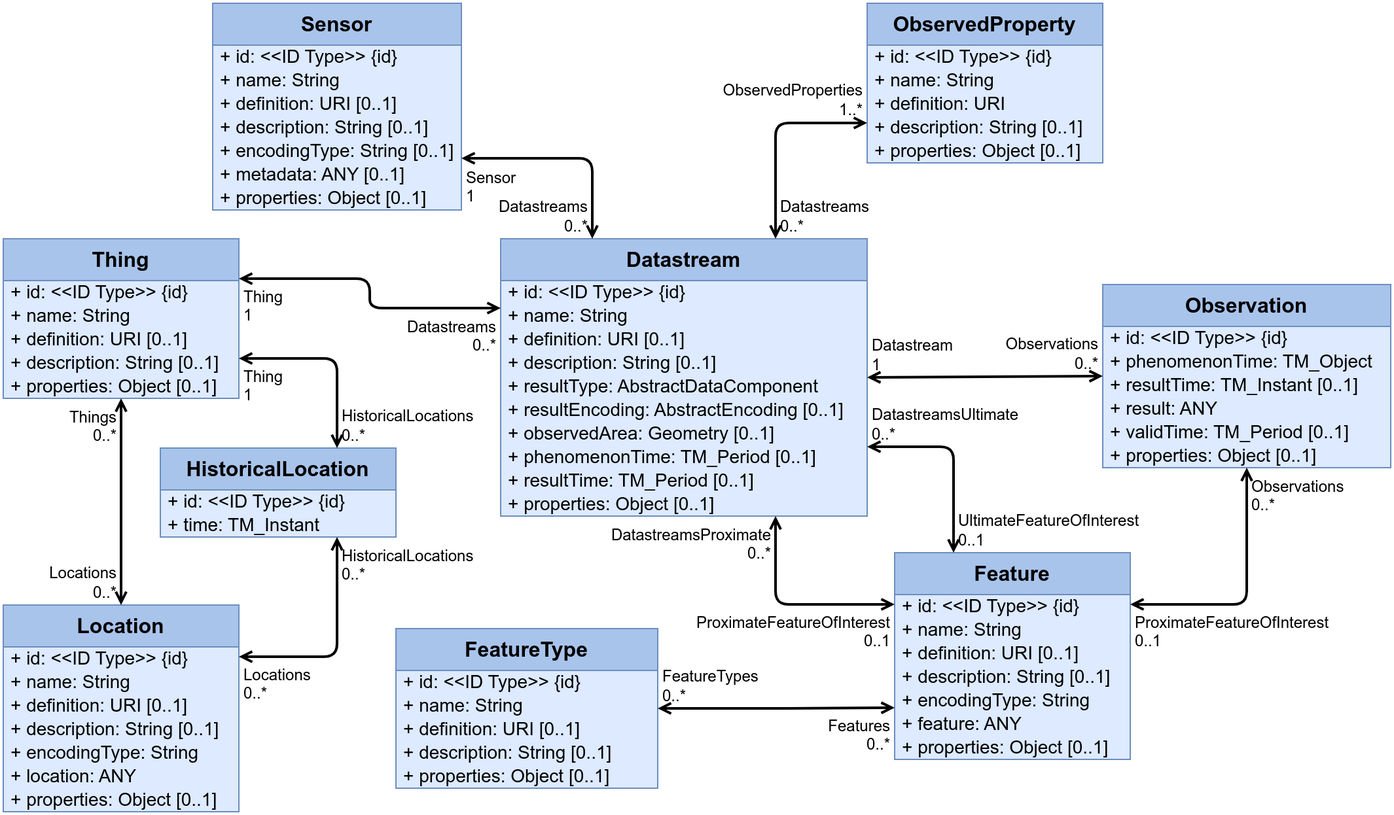
opengeospatial/sensorthings keeps this draw.io diagram as figures/Datamodel-SensorThingsApi-V2-Core.drawio.png. Above is the earlier version. Source tidied: cells renumbered, new cells last; positions are measured from the earlier drawing's top-left corner, leaving out a move shared by most shapes.
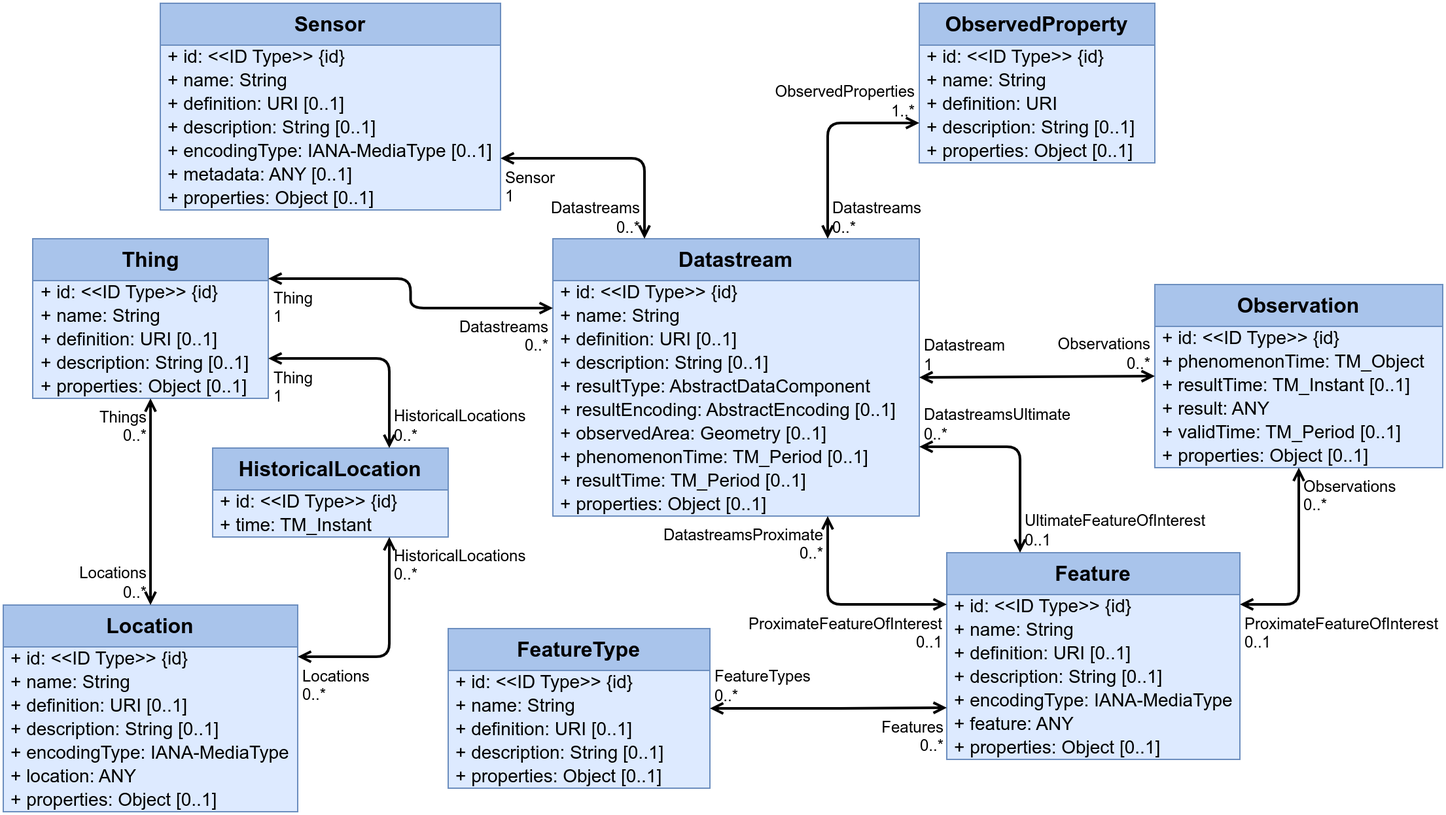
After the commit.

Commit message:
Updated encodingTypes in diagrams

Diff of the diagram source:
```diff
@@ -36,28 +36,28 @@
       <mxGeometry y="194" width="280" height="18" as="geometry" />
     </mxCell>
     <mxCell id="13" value="Feature" style="swimlane;fontStyle=1;horizontal=1;startSize=32;fontSize=16;whiteSpace=wrap;html=1;fillColor=#A9C4EB;strokeColor=#6c8ebf;swimlaneFillColor=#DDEAFF;verticalAlign=top;" parent="1" vertex="1">
-      <mxGeometry x="681" y="420" width="180" height="158" as="geometry" />
+      <mxGeometry x="681" y="420" width="224" height="158" as="geometry" />
     </mxCell>
     <mxCell id="14" value="+&amp;nbsp;id: &amp;lt;&amp;lt;ID Type&amp;gt;&amp;gt;&amp;nbsp;{id}" style="text;strokeColor=none;fillColor=none;align=left;verticalAlign=middle;spacingLeft=4;spacingRight=4;overflow=visible;html=1;fontSize=14;" parent="13" vertex="1">
-      <mxGeometry y="32" width="180" height="18" as="geometry" />
+      <mxGeometry y="32" width="224" height="18" as="geometry" />
     </mxCell>
     <mxCell id="15" value="+ name: String" style="text;strokeColor=none;fillColor=none;align=left;verticalAlign=middle;spacingLeft=4;spacingRight=4;overflow=visible;html=1;fontSize=14;" parent="13" vertex="1">
-      <mxGeometry y="50" width="180" height="18" as="geometry" />
+      <mxGeometry y="50" width="224" height="18" as="geometry" />
     </mxCell>
     <mxCell id="16" value="+&amp;nbsp;definition: URI&amp;nbsp;[0..1]" style="text;strokeColor=none;fillColor=none;align=left;verticalAlign=middle;spacingLeft=4;spacingRight=4;overflow=visible;html=1;fontSize=14;" parent="13" vertex="1">
-      <mxGeometry y="68" width="180" height="18" as="geometry" />
+      <mxGeometry y="68" width="224" height="18" as="geometry" />
     </mxCell>
     <mxCell id="17" value="+&amp;nbsp;description: String&amp;nbsp;[0..1]" style="text;strokeColor=none;fillColor=none;align=left;verticalAlign=middle;spacingLeft=4;spacingRight=4;overflow=visible;html=1;fontSize=14;" parent="13" vertex="1">
-      <mxGeometry y="86" width="180" height="18" as="geometry" />
+      <mxGeometry y="86" width="224" height="18" as="geometry" />
     </mxCell>
-    <mxCell id="18" value="+&amp;nbsp;encodingType: String" style="text;strokeColor=none;fillColor=none;align=left;verticalAlign=middle;spacingLeft=4;spacingRight=4;overflow=visible;html=1;fontSize=14;" parent="13" vertex="1">
-      <mxGeometry y="104" width="180" height="18" as="geometry" />
+    <mxCell id="18" value="+&amp;nbsp;encodingType:&amp;nbsp;IANA-MediaType" style="text;strokeColor=none;fillColor=none;align=left;verticalAlign=middle;spacingLeft=4;spacingRight=4;overflow=visible;html=1;fontSize=14;" parent="13" vertex="1">
+      <mxGeometry y="104" width="224" height="18" as="geometry" />
     </mxCell>
     <mxCell id="19" value="+&amp;nbsp;feature: ANY" style="text;strokeColor=none;fillColor=none;align=left;verticalAlign=middle;spacingLeft=4;spacingRight=4;overflow=visible;html=1;fontSize=14;" parent="13" vertex="1">
-      <mxGeometry y="122" width="180" height="18" as="geometry" />
+      <mxGeometry y="122" width="224" height="18" as="geometry" />
     </mxCell>
     <mxCell id="20" value="+&amp;nbsp;properties: Object&amp;nbsp;[0..1]" style="text;strokeColor=none;fillColor=none;align=left;verticalAlign=middle;spacingLeft=4;spacingRight=4;overflow=visible;html=1;fontSize=14;" parent="13" vertex="1">
-      <mxGeometry y="140" width="180" height="18" as="geometry" />
+      <mxGeometry y="140" width="224" height="18" as="geometry" />
     </mxCell>
     <mxCell id="21" style="endArrow=open;startArrow=open;html=1;rounded=1;exitX=0;exitY=0.25;exitDx=0;exitDy=0;edgeStyle=orthogonalEdgeStyle;entryX=0.75;entryY=1;entryDx=0;entryDy=0;curved=0;strokeWidth=2;startFill=0;endFill=0;" parent="1" edge="1" source="13" target="2">
       <mxGeometry relative="1" as="geometry" />
@@ -105,28 +105,28 @@
       <mxGeometry y="50" width="180" height="18" as="geometry" />
     </mxCell>
     <mxCell id="36" value="Location" style="swimlane;fontStyle=1;horizontal=1;startSize=32;fontSize=16;whiteSpace=wrap;html=1;fillColor=#A9C4EB;strokeColor=#6c8ebf;swimlaneFillColor=#DDEAFF;verticalAlign=top;" parent="1" vertex="1">
-      <mxGeometry y="460" width="180" height="158" as="geometry" />
+      <mxGeometry x="-40" y="460" width="225" height="158" as="geometry" />
     </mxCell>
     <mxCell id="37" value="+&amp;nbsp;id: &amp;lt;&amp;lt;ID Type&amp;gt;&amp;gt;&amp;nbsp;{id}" style="text;strokeColor=none;fillColor=none;align=left;verticalAlign=middle;spacingLeft=4;spacingRight=4;overflow=visible;html=1;fontSize=14;" parent="36" vertex="1">
-      <mxGeometry y="32" width="180" height="18" as="geometry" />
+      <mxGeometry y="32" width="225" height="18" as="geometry" />
     </mxCell>
     <mxCell id="38" value="+ name: String" style="text;strokeColor=none;fillColor=none;align=left;verticalAlign=middle;spacingLeft=4;spacingRight=4;overflow=visible;html=1;fontSize=14;" parent="36" vertex="1">
-      <mxGeometry y="50" width="180" height="18" as="geometry" />
+      <mxGeometry y="50" width="225" height="18" as="geometry" />
     </mxCell>
     <mxCell id="39" value="+&amp;nbsp;definition: URI&amp;nbsp;[0..1]" style="text;strokeColor=none;fillColor=none;align=left;verticalAlign=middle;spacingLeft=4;spacingRight=4;overflow=visible;html=1;fontSize=14;" parent="36" vertex="1">
-      <mxGeometry y="68" width="180" height="18" as="geometry" />
+      <mxGeometry y="68" width="225" height="18" as="geometry" />
     </mxCell>
     <mxCell id="40" value="+&amp;nbsp;description: String&amp;nbsp;[0..1]" style="text;strokeColor=none;fillColor=none;align=left;verticalAlign=middle;spacingLeft=4;spacingRight=4;overflow=visible;html=1;fontSize=14;" parent="36" vertex="1">
-      <mxGeometry y="86" width="180" height="18" as="geometry" />
+      <mxGeometry y="86" width="225" height="18" as="geometry" />
     </mxCell>
-    <mxCell id="41" value="+ encodingType: String" style="text;strokeColor=none;fillColor=none;align=left;verticalAlign=middle;spacingLeft=4;spacingRight=4;overflow=visible;html=1;fontSize=14;" parent="36" vertex="1">
-      <mxGeometry y="104" width="180" height="18" as="geometry" />
+    <mxCell id="41" value="+ encodingType:&amp;nbsp;IANA-MediaType" style="text;strokeColor=none;fillColor=none;align=left;verticalAlign=middle;spacingLeft=4;spacingRight=4;overflow=visible;html=1;fontSize=14;" parent="36" vertex="1">
+      <mxGeometry y="104" width="225" height="18" as="geometry" />
     </mxCell>
     <mxCell id="42" value="+ location: ANY" style="text;strokeColor=none;fillColor=none;align=left;verticalAlign=middle;spacingLeft=4;spacingRight=4;overflow=visible;html=1;fontSize=14;" parent="36" vertex="1">
-      <mxGeometry y="122" width="180" height="18" as="geometry" />
+      <mxGeometry y="122" width="225" height="18" as="geometry" />
     </mxCell>
     <mxCell id="43" value="+&amp;nbsp;properties: Object&amp;nbsp;[0..1]" style="text;strokeColor=none;fillColor=none;align=left;verticalAlign=middle;spacingLeft=4;spacingRight=4;overflow=visible;html=1;fontSize=14;" parent="36" vertex="1">
-      <mxGeometry y="140" width="180" height="18" as="geometry" />
+      <mxGeometry y="140" width="225" height="18" as="geometry" />
     </mxCell>
     <mxCell id="44" style="endArrow=open;startArrow=open;html=1;rounded=1;entryX=0.75;entryY=1;entryDx=0;entryDy=0;edgeStyle=orthogonalEdgeStyle;exitX=1;exitY=0.25;exitDx=0;exitDy=0;strokeWidth=2;curved=0;startFill=0;endFill=0;" parent="1" edge="1" source="36" target="33">
       <mxGeometry relative="1" as="geometry" />
@@ -204,28 +204,28 @@
       <mxGeometry x="1" relative="1" as="geometry" />
     </mxCell>
     <mxCell id="69" value="Sensor" style="swimlane;fontStyle=1;horizontal=1;startSize=32;fontSize=16;whiteSpace=wrap;html=1;fillColor=#A9C4EB;strokeColor=#6c8ebf;swimlaneFillColor=#DDEAFF;verticalAlign=top;" parent="1" vertex="1">
-      <mxGeometry x="160" width="190" height="158" as="geometry" />
+      <mxGeometry x="80" width="260" height="158" as="geometry" />
     </mxCell>
     <mxCell id="70" value="+&amp;nbsp;id: &amp;lt;&amp;lt;ID Type&amp;gt;&amp;gt;&amp;nbsp;{id}" style="text;strokeColor=none;fillColor=none;align=left;verticalAlign=middle;spacingLeft=4;spacingRight=4;overflow=visible;html=1;fontSize=14;" parent="69" vertex="1">
-      <mxGeometry y="32" width="190" height="18" as="geometry" />
+      <mxGeometry y="32" width="260" height="18" as="geometry" />
     </mxCell>
     <mxCell id="71" value="+ name: String" style="text;strokeColor=none;fillColor=none;align=left;verticalAlign=middle;spacingLeft=4;spacingRight=4;overflow=visible;html=1;fontSize=14;" parent="69" vertex="1">
-      <mxGeometry y="50" width="190" height="18" as="geometry" />
+      <mxGeometry y="50" width="260" height="18" as="geometry" />
     </mxCell>
     <mxCell id="72" value="+&amp;nbsp;definition: URI [0..1]" style="text;strokeColor=none;fillColor=none;align=left;verticalAlign=middle;spacingLeft=4;spacingRight=4;overflow=visible;html=1;fontSize=14;" parent="69" vertex="1">
-      <mxGeometry y="68" width="190" height="18" as="geometry" />
+      <mxGeometry y="68" width="260" height="18" as="geometry" />
     </mxCell>
     <mxCell id="73" value="+&amp;nbsp;description: String [0..1]" style="text;strokeColor=none;fillColor=none;align=left;verticalAlign=middle;spacingLeft=4;spacingRight=4;overflow=visible;html=1;fontSize=14;" parent="69" vertex="1">
-      <mxGeometry y="86" width="190" height="18" as="geometry" />
+      <mxGeometry y="86" width="260" height="18" as="geometry" />
     </mxCell>
-    <mxCell id="74" value="+ encodingType: String [0..1]" style="text;strokeColor=none;fillColor=none;align=left;verticalAlign=middle;spacingLeft=4;spacingRight=4;overflow=visible;html=1;fontSize=14;" parent="69" vertex="1">
-      <mxGeometry y="104" width="190" height="18" as="geometry" />
+    <mxCell id="74" value="+ encodingType: IANA-MediaType [0..1]" style="text;strokeColor=none;fillColor=none;align=left;verticalAlign=middle;spacingLeft=4;spacingRight=4;overflow=visible;html=1;fontSize=14;" parent="69" vertex="1">
+      <mxGeometry y="104" width="260" height="18" as="geometry" />
     </mxCell>
     <mxCell id="75" value="+ metadata: ANY [0..1]" style="text;strokeColor=none;fillColor=none;align=left;verticalAlign=middle;spacingLeft=4;spacingRight=4;overflow=visible;html=1;fontSize=14;" parent="69" vertex="1">
-      <mxGeometry y="122" width="190" height="18" as="geometry" />
+      <mxGeometry y="122" width="260" height="18" as="geometry" />
     </mxCell>
     <mxCell id="76" value="+&amp;nbsp;properties: Object [0..1]" style="text;strokeColor=none;fillColor=none;align=left;verticalAlign=middle;spacingLeft=4;spacingRight=4;overflow=visible;html=1;fontSize=14;" parent="69" vertex="1">
-      <mxGeometry y="140" width="190" height="18" as="geometry" />
+      <mxGeometry y="140" width="260" height="18" as="geometry" />
     </mxCell>
     <mxCell id="77" style="endArrow=open;startArrow=open;html=1;rounded=1;entryX=0.25;entryY=0;entryDx=0;entryDy=0;edgeStyle=orthogonalEdgeStyle;exitX=1;exitY=0.75;exitDx=0;exitDy=0;curved=0;strokeWidth=2;startFill=0;endFill=0;" parent="1" edge="1" source="69" target="2">
       <mxGeometry relative="1" as="geometry" />
@@ -237,7 +237,7 @@
       <mxGeometry x="1" relative="1" as="geometry" />
     </mxCell>
     <mxCell id="80" value="Thing" style="swimlane;fontStyle=1;horizontal=1;startSize=32;fontSize=16;whiteSpace=wrap;html=1;fillColor=#A9C4EB;strokeColor=#6c8ebf;swimlaneFillColor=#DDEAFF;verticalAlign=top;" parent="1" vertex="1">
-      <mxGeometry y="180" width="180" height="122" as="geometry" />
+      <mxGeometry x="-17.5" y="180" width="180" height="122" as="geometry" />
     </mxCell>
     <mxCell id="81" value="+&amp;nbsp;id: &amp;lt;&amp;lt;ID Type&amp;gt;&amp;gt;&amp;nbsp;{id}" style="text;strokeColor=none;fillColor=none;align=left;verticalAlign=middle;spacingLeft=4;spacingRight=4;overflow=visible;html=1;fontSize=14;" parent="80" vertex="1">
       <mxGeometry y="32" width="180" height="18" as="geometry" />
```
